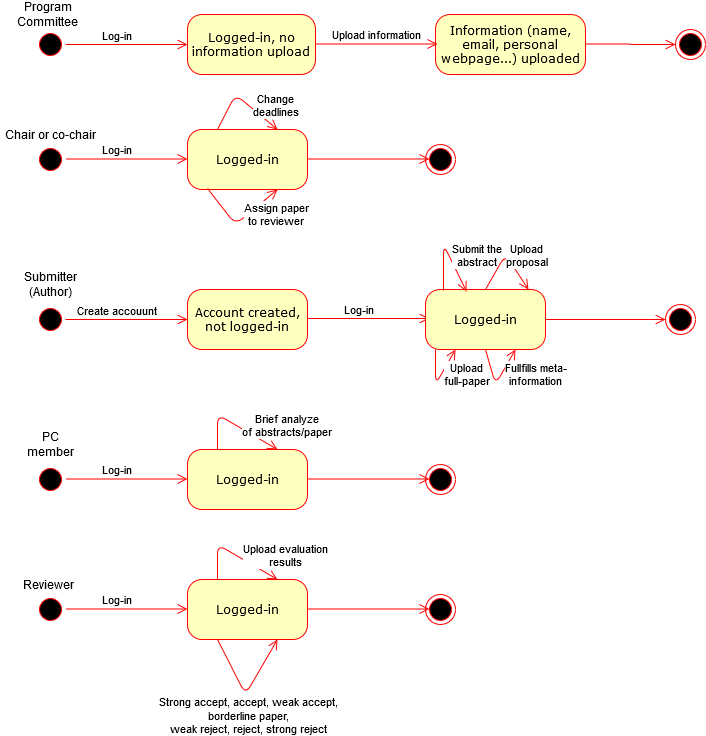
This is State Machine Diagram.png from DobosP/stackoverflow, a draw.io export, as it was before one commit. Source tidied: cells renumbered, new cells last; positions are measured from the earlier drawing's top-left corner, leaving out a move shared by most shapes.
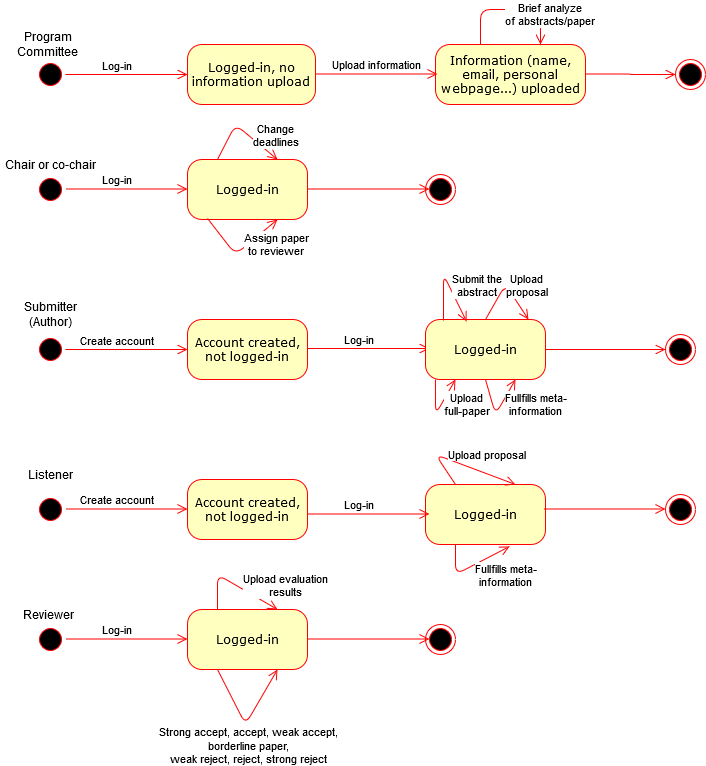
The same file after the commit.

Diff of the diagram source:
```diff
@@ -119,7 +119,7 @@
         </Array>
       </mxGeometry>
     </mxCell>
-    <mxCell id="25" value="Create accouunt" style="edgeLabel;html=1;align=center;verticalAlign=middle;" parent="24" vertex="1">
+    <mxCell id="25" value="Create account" style="edgeLabel;html=1;align=center;verticalAlign=middle;" parent="24" vertex="1">
       <mxGeometry x="-0.17" y="-6" relative="1" as="geometry">
         <mxPoint x="-1" y="-16" as="offset" />
       </mxGeometry>
@@ -205,7 +205,7 @@
     <mxCell id="41" style="ellipse;html=1;shape=startState;fillColor=#000000;strokeColor=#ff0000;rounded=1;shadow=0;comic=0;labelBackgroundColor=none;fontFamily=Verdana;fontSize=12;fontColor=#000000;align=center;direction=south;" parent="1" vertex="1">
       <mxGeometry x="35" y="460" width="30" height="30" as="geometry" />
     </mxCell>
-    <mxCell id="42" value="PC member" style="text;html=1;strokeColor=none;fillColor=none;align=center;verticalAlign=middle;whiteSpace=wrap;rounded=0;" parent="1" vertex="1">
+    <mxCell id="42" value="Listener" style="text;html=1;strokeColor=none;fillColor=none;align=center;verticalAlign=middle;whiteSpace=wrap;rounded=0;" parent="1" vertex="1">
       <mxGeometry x="30" y="430" width="40" height="20" as="geometry" />
     </mxCell>
     <mxCell id="43" style="edgeStyle=orthogonalEdgeStyle;html=1;labelBackgroundColor=none;endArrow=open;endSize=8;strokeColor=#ff0000;fontFamily=Verdana;fontSize=12;align=left;" parent="1" edge="1">
@@ -218,37 +218,37 @@
         </Array>
       </mxGeometry>
     </mxCell>
-    <mxCell id="44" value="Log-in" style="edgeLabel;html=1;align=center;verticalAlign=middle;" parent="43" vertex="1">
+    <mxCell id="44" value="Create account" style="edgeLabel;html=1;align=center;verticalAlign=middle;" parent="43" vertex="1">
       <mxGeometry x="-0.17" y="-6" relative="1" as="geometry">
         <mxPoint x="-1" y="-16" as="offset" />
       </mxGeometry>
     </mxCell>
     <mxCell id="45" value="Logged-in" style="rounded=1;whiteSpace=wrap;html=1;arcSize=24;fillColor=#ffffc0;strokeColor=#ff0000;shadow=0;comic=0;labelBackgroundColor=none;fontFamily=Verdana;fontSize=12;fontColor=#000000;align=center;" parent="1" vertex="1">
-      <mxGeometry x="187" y="445" width="120" height="60" as="geometry" />
+      <mxGeometry x="425" y="450" width="120" height="60" as="geometry" />
     </mxCell>
     <mxCell id="46" style="edgeStyle=orthogonalEdgeStyle;html=1;labelBackgroundColor=none;endArrow=open;endSize=8;strokeColor=#ff0000;fontFamily=Verdana;fontSize=12;align=left;" parent="1" edge="1">
       <mxGeometry relative="1" as="geometry">
-        <mxPoint x="307" y="474.5" as="sourcePoint" />
-        <mxPoint x="429" y="474.5" as="targetPoint" />
+        <mxPoint x="543" y="474.5" as="sourcePoint" />
+        <mxPoint x="665" y="474.5" as="targetPoint" />
         <Array as="points">
-          <mxPoint x="357" y="474.5" />
-          <mxPoint x="357" y="474.5" />
+          <mxPoint x="593" y="474.5" />
+          <mxPoint x="593" y="474.5" />
         </Array>
       </mxGeometry>
     </mxCell>
     <mxCell id="47" style="ellipse;html=1;shape=endState;fillColor=#000000;strokeColor=#ff0000;rounded=1;shadow=0;comic=0;labelBackgroundColor=none;fontFamily=Verdana;fontSize=12;fontColor=#000000;align=center;" parent="1" vertex="1">
-      <mxGeometry x="425" y="460" width="30" height="30" as="geometry" />
+      <mxGeometry x="665" y="460" width="30" height="30" as="geometry" />
     </mxCell>
     <mxCell id="48" style="edgeStyle=orthogonalEdgeStyle;html=1;labelBackgroundColor=none;endArrow=open;endSize=8;strokeColor=#ff0000;fontFamily=Verdana;fontSize=12;align=left;exitX=0.25;exitY=0;exitDx=0;exitDy=0;entryX=0.75;entryY=0;entryDx=0;entryDy=0;" parent="1" edge="1" source="45" target="45">
       <mxGeometry relative="1" as="geometry">
         <Array as="points">
-          <mxPoint x="217" y="410" />
+          <mxPoint x="435" y="420" />
         </Array>
       </mxGeometry>
     </mxCell>
-    <mxCell id="49" value="&lt;div&gt;Brief analyze&lt;/div&gt;&lt;div&gt;of abstracts/paper&lt;br&gt;&lt;/div&gt;" style="edgeLabel;html=1;align=center;verticalAlign=middle;" parent="48" vertex="1">
+    <mxCell id="49" value="Upload proposal" style="edgeLabel;html=1;align=center;verticalAlign=middle;" parent="48" vertex="1">
       <mxGeometry x="-0.52" y="-24" relative="1" as="geometry">
-        <mxPoint x="44" as="offset" />
+        <mxPoint x="26.1" y="7.4" as="offset" />
       </mxGeometry>
     </mxCell>
     <mxCell id="50" style="ellipse;html=1;shape=startState;fillColor=#000000;strokeColor=#ff0000;rounded=1;shadow=0;comic=0;labelBackgroundColor=none;fontFamily=Verdana;fontSize=12;fontColor=#000000;align=center;direction=south;" parent="1" vertex="1">
@@ -312,5 +312,49 @@
         <mxPoint x="43" y="-4.6" as="offset" />
       </mxGeometry>
     </mxCell>
+    <mxCell id="61" style="edgeStyle=orthogonalEdgeStyle;html=1;labelBackgroundColor=none;endArrow=open;endSize=8;strokeColor=#ff0000;fontFamily=Verdana;fontSize=12;align=left;exitX=0.25;exitY=0;exitDx=0;exitDy=0;entryX=0.75;entryY=0;entryDx=0;entryDy=0;" parent="1" edge="1">
+      <mxGeometry relative="1" as="geometry">
+        <mxPoint x="480" y="10" as="sourcePoint" />
+        <mxPoint x="540" y="10" as="targetPoint" />
+        <Array as="points">
+          <mxPoint x="480" y="-25" />
+        </Array>
+      </mxGeometry>
+    </mxCell>
+    <mxCell id="62" value="&lt;div&gt;Brief analyze&lt;/div&gt;&lt;div&gt;of abstracts/paper&lt;br&gt;&lt;/div&gt;" style="edgeLabel;html=1;align=center;verticalAlign=middle;" parent="61" vertex="1">
+      <mxGeometry x="-0.52" y="-24" relative="1" as="geometry">
+        <mxPoint x="44" as="offset" />
+      </mxGeometry>
+    </mxCell>
+    <mxCell id="63" value="Account created, not logged-in" style="rounded=1;whiteSpace=wrap;html=1;arcSize=24;fillColor=#ffffc0;strokeColor=#ff0000;shadow=0;comic=0;labelBackgroundColor=none;fontFamily=Verdana;fontSize=12;fontColor=#000000;align=center;" parent="1" vertex="1">
+      <mxGeometry x="187" y="445" width="120" height="60" as="geometry" />
+    </mxCell>
+    <mxCell id="64" style="edgeStyle=orthogonalEdgeStyle;html=1;labelBackgroundColor=none;endArrow=open;endSize=8;strokeColor=#ff0000;fontFamily=Verdana;fontSize=12;align=left;" parent="1" edge="1">
+      <mxGeometry relative="1" as="geometry">
+        <mxPoint x="307" y="479.5" as="sourcePoint" />
+        <mxPoint x="429" y="479.5" as="targetPoint" />
+        <Array as="points">
+          <mxPoint x="357" y="479.5" />
+          <mxPoint x="357" y="479.5" />
+        </Array>
+      </mxGeometry>
+    </mxCell>
+    <mxCell id="65" value="Log-in" style="edgeLabel;html=1;align=center;verticalAlign=middle;" parent="64" vertex="1">
+      <mxGeometry x="-0.17" y="-6" relative="1" as="geometry">
+        <mxPoint x="-1" y="-16" as="offset" />
+      </mxGeometry>
+    </mxCell>
+    <mxCell id="66" style="edgeStyle=orthogonalEdgeStyle;html=1;labelBackgroundColor=none;endArrow=open;endSize=8;strokeColor=#ff0000;fontFamily=Verdana;fontSize=12;align=left;exitX=0.25;exitY=1;exitDx=0;exitDy=0;entryX=0.7;entryY=1.033;entryDx=0;entryDy=0;entryPerimeter=0;" parent="1" edge="1" source="45" target="45">
+      <mxGeometry relative="1" as="geometry">
+        <Array as="points">
+          <mxPoint x="455" y="540" />
+        </Array>
+      </mxGeometry>
+    </mxCell>
+    <mxCell id="67" value="&lt;div&gt;Fullfills meta-&lt;/div&gt;&lt;div&gt;information&lt;/div&gt;" style="edgeLabel;html=1;align=center;verticalAlign=middle;" parent="66" vertex="1">
+      <mxGeometry x="0.35" relative="1" as="geometry">
+        <mxPoint x="22.5" y="14.3" as="offset" />
+      </mxGeometry>
+    </mxCell>
   </root>
 </mxGraphModel>
```
